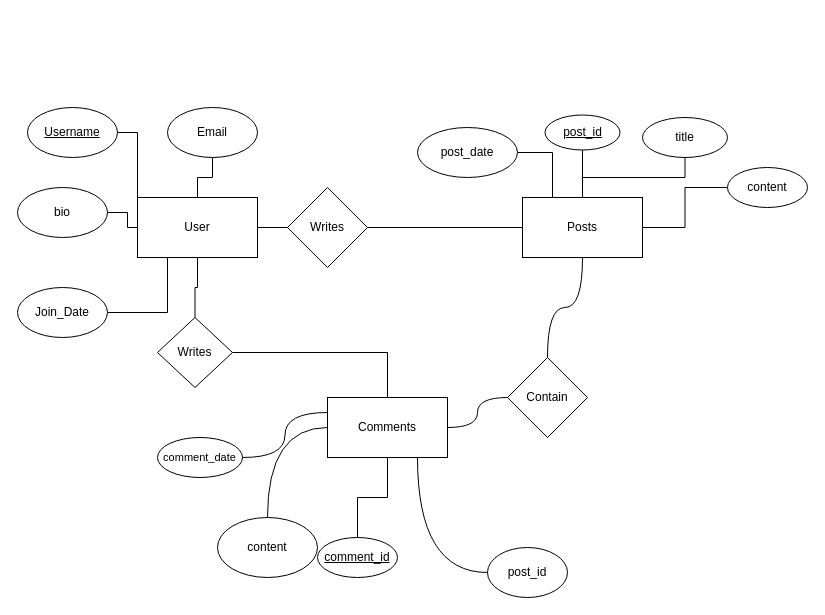
CameronSWilliamson/go-react-blog keeps this draw.io diagram as Untitled Diagram.drawio. Above is the earlier version. Source tidied: cells renumbered, new cells numbered last; positions are measured from the earlier drawing's top-left corner, leaving out a move shared by most shapes. Both pictures are drawn from the tidied source at 100%, with x=0, y=0 at pixel (17, 107).
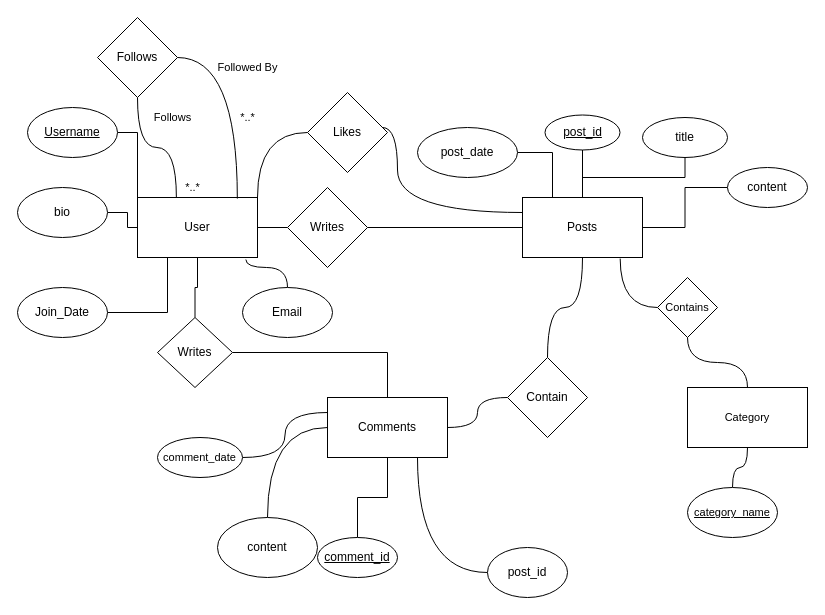
The same page after the edit.

Commit message:
Final UML Diagram Update

Unchanged cells that the change refers to:
```xml
<mxCell id="3" value="User" style="rounded=0;whiteSpace=wrap;html=1;" parent="1" vertex="1">
  <mxGeometry x="120" y="90" width="120" height="60" as="geometry" />
</mxCell>
<mxCell id="18" value="Posts" style="whiteSpace=wrap;html=1;" parent="1" vertex="1">
  <mxGeometry x="505" y="90" width="120" height="60" as="geometry" />
</mxCell>
```

The edit, as a diff of the source:
```diff
@@
+    <mxCell id="38" style="edgeStyle=orthogonalEdgeStyle;shape=connector;curved=1;rounded=1;jettySize=auto;html=1;labelBackgroundColor=default;fontFamily=Helvetica;fontSize=11;fontColor=default;endArrow=none;endFill=0;strokeColor=default;exitX=0.324;exitY=0.002;exitDx=0;exitDy=0;exitPerimeter=0;" parent="1" edge="1" source="3" target="49">
+      <mxGeometry relative="1" as="geometry" />
+    </mxCell>
@@
-    <mxCell id="6" style="edgeStyle=orthogonalEdgeStyle;rounded=0;jettySize=auto;html=1;endArrow=none;endFill=0;" parent="1" edge="1" source="7" target="3">
+    <mxCell id="6" style="edgeStyle=orthogonalEdgeStyle;shape=connector;curved=1;rounded=1;jettySize=auto;html=1;entryX=0.903;entryY=1.034;entryDx=0;entryDy=0;entryPerimeter=0;labelBackgroundColor=default;fontFamily=Helvetica;fontSize=11;fontColor=default;endArrow=none;endFill=0;strokeColor=default;" parent="1" edge="1" source="7" target="3">
       <mxGeometry relative="1" as="geometry" />
     </mxCell>
     <mxCell id="7" value="Email" style="ellipse;whiteSpace=wrap;html=1;" parent="1" vertex="1">
-      <mxGeometry x="150" width="90" height="50" as="geometry" />
+      <mxGeometry x="225" y="180" width="90" height="50" as="geometry" />
     </mxCell>
@@
+    <mxCell id="39" style="edgeStyle=orthogonalEdgeStyle;shape=connector;curved=1;rounded=1;jettySize=auto;html=1;labelBackgroundColor=default;fontFamily=Helvetica;fontSize=11;fontColor=default;endArrow=none;endFill=0;strokeColor=default;exitX=0;exitY=0.5;exitDx=0;exitDy=0;entryX=1;entryY=0;entryDx=0;entryDy=0;" parent="1" edge="1" source="41" target="3">
+      <mxGeometry relative="1" as="geometry" />
+    </mxCell>
+    <mxCell id="40" style="edgeStyle=orthogonalEdgeStyle;shape=connector;curved=1;rounded=1;jettySize=auto;html=1;entryX=0;entryY=0.25;entryDx=0;entryDy=0;labelBackgroundColor=default;fontFamily=Helvetica;fontSize=11;fontColor=default;endArrow=none;endFill=0;strokeColor=default;" parent="1" edge="1" source="41" target="18">
+      <mxGeometry relative="1" as="geometry">
+        <Array as="points">
+          <mxPoint x="380" y="20" />
+          <mxPoint x="380" y="105" />
+        </Array>
+      </mxGeometry>
+    </mxCell>
+    <mxCell id="41" value="Likes" style="rhombus;whiteSpace=wrap;html=1;rounded=0;" parent="1" vertex="1">
+      <mxGeometry x="290" y="-15" width="80" height="80" as="geometry" />
+    </mxCell>
+    <mxCell id="42" style="edgeStyle=orthogonalEdgeStyle;shape=connector;curved=1;rounded=1;jettySize=auto;html=1;labelBackgroundColor=default;fontFamily=Helvetica;fontSize=11;fontColor=default;endArrow=none;endFill=0;strokeColor=default;" parent="1" edge="1" source="43" target="47">
+      <mxGeometry relative="1" as="geometry" />
+    </mxCell>
+    <mxCell id="43" value="Category" style="rounded=0;whiteSpace=wrap;html=1;fontFamily=Helvetica;fontSize=11;fontColor=default;" parent="1" vertex="1">
+      <mxGeometry x="670" y="280" width="120" height="60" as="geometry" />
+    </mxCell>
+    <mxCell id="44" style="edgeStyle=orthogonalEdgeStyle;shape=connector;curved=1;rounded=1;jettySize=auto;html=1;entryX=0.5;entryY=1;entryDx=0;entryDy=0;labelBackgroundColor=default;fontFamily=Helvetica;fontSize=11;fontColor=default;endArrow=none;endFill=0;strokeColor=default;" parent="1" edge="1" source="45" target="43">
+      <mxGeometry relative="1" as="geometry" />
+    </mxCell>
+    <mxCell id="45" value="&lt;u&gt;category_name&lt;/u&gt;" style="ellipse;whiteSpace=wrap;html=1;fontFamily=Helvetica;fontSize=11;fontColor=default;" parent="1" vertex="1">
+      <mxGeometry x="670" y="380" width="90" height="50" as="geometry" />
+    </mxCell>
+    <mxCell id="46" style="edgeStyle=orthogonalEdgeStyle;shape=connector;curved=1;rounded=1;jettySize=auto;html=1;entryX=0.814;entryY=1.018;entryDx=0;entryDy=0;entryPerimeter=0;labelBackgroundColor=default;fontFamily=Helvetica;fontSize=11;fontColor=default;endArrow=none;endFill=0;strokeColor=default;" parent="1" edge="1" source="47" target="18">
+      <mxGeometry relative="1" as="geometry" />
+    </mxCell>
+    <mxCell id="47" value="Contains" style="rhombus;whiteSpace=wrap;html=1;fontSize=11;rounded=0;" parent="1" vertex="1">
+      <mxGeometry x="640" y="170" width="60" height="60" as="geometry" />
+    </mxCell>
+    <mxCell id="48" style="edgeStyle=orthogonalEdgeStyle;shape=connector;curved=1;rounded=1;jettySize=auto;html=1;entryX=0.832;entryY=0.018;entryDx=0;entryDy=0;entryPerimeter=0;labelBackgroundColor=default;fontFamily=Helvetica;fontSize=11;fontColor=default;endArrow=none;endFill=0;strokeColor=default;exitX=1;exitY=0.5;exitDx=0;exitDy=0;" parent="1" edge="1" source="49" target="3">
+      <mxGeometry relative="1" as="geometry" />
+    </mxCell>
+    <mxCell id="49" value="Follows" style="rhombus;whiteSpace=wrap;html=1;rounded=0;" parent="1" vertex="1">
+      <mxGeometry x="80" y="-90" width="80" height="80" as="geometry" />
+    </mxCell>
+    <mxCell id="50" value="Followed By" style="text;html=1;align=center;verticalAlign=middle;fillColor=none;strokeColor=none;rounded=0;fontFamily=Helvetica;fontSize=11;fontColor=default;" parent="1" vertex="1">
+      <mxGeometry x="190" y="-50" width="80" height="20" as="geometry" />
+    </mxCell>
+    <mxCell id="51" value="Follows" style="text;html=1;align=center;verticalAlign=middle;fillColor=none;strokeColor=none;rounded=0;fontFamily=Helvetica;fontSize=11;fontColor=default;" parent="1" vertex="1">
+      <mxGeometry x="130" width="50" height="20" as="geometry" />
+    </mxCell>
+    <mxCell id="52" value="*..*" style="text;html=1;align=center;verticalAlign=middle;fillColor=none;strokeColor=none;rounded=0;fontFamily=Helvetica;fontSize=11;fontColor=default;" parent="1" vertex="1">
+      <mxGeometry x="160" y="70" width="30" height="20" as="geometry" />
+    </mxCell>
+    <mxCell id="53" value="*..*" style="text;html=1;align=center;verticalAlign=middle;fillColor=none;strokeColor=none;rounded=0;fontFamily=Helvetica;fontSize=11;fontColor=default;" parent="1" vertex="1">
+      <mxGeometry x="215" width="30" height="20" as="geometry" />
+    </mxCell>
```
